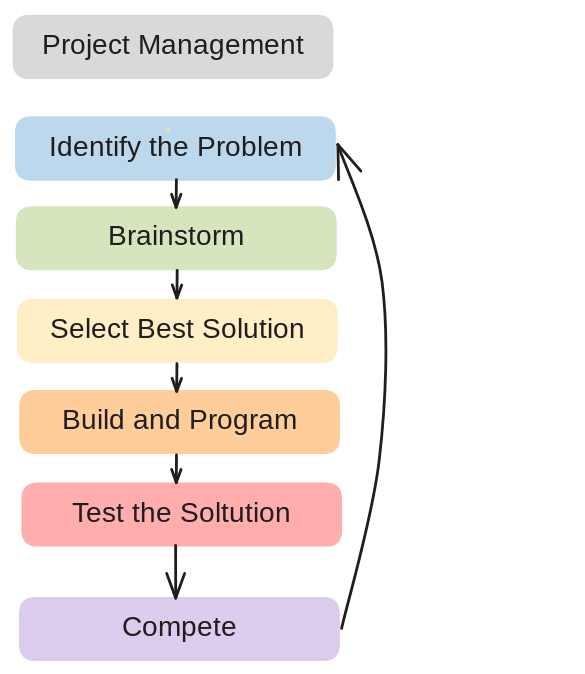
Above: entries/2025/7/8/designprocess.excalidraw.svg in darkMatter781x/781X_NB (Excalidraw), before the change. Source tidied: one line per element, renumbered; positions are measured from the earlier drawing's top-left corner, leaving out a move shared by most shapes.
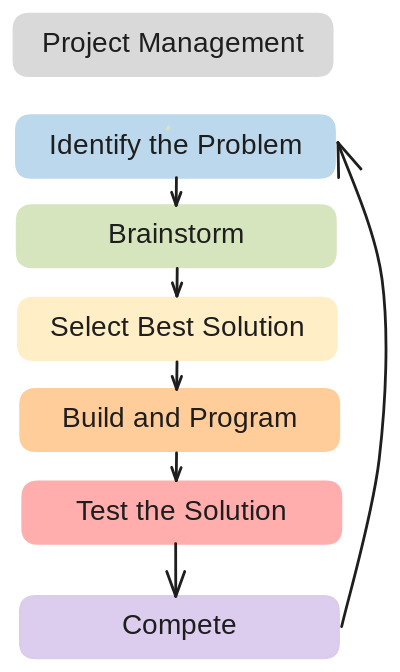
The same file after the commit.

Commit message:
fix: :bug: Fix design process diagram

What changed in the source:
```diff
@@ -8,7 +8,7 @@
 {"id": 7, "type": "rectangle", "strokeColor": "#ffcd9a", "backgroundColor": "#ffcd9a", "fillStyle": "solid", "strokeWidth": 2, "roughness": 0, "round": true, "x": 5, "y": 268, "width": 227, "height": 44}
 {"id": 8, "type": "text", "text": "Build and Program", "strokeColor": "#1e1e1e", "backgroundColor": "#d6e5bd", "fillStyle": "solid", "strokeWidth": 2, "roughness": 0, "fontSize": 20, "fontFamily": 5, "textAlign": "center", "verticalAlign": "middle", "inside": 7, "x": 31, "y": 278, "width": 175, "height": 25}
 {"id": 9, "type": "rectangle", "strokeColor": "#ffadad", "backgroundColor": "#ffadad", "fillStyle": "solid", "strokeWidth": 2, "roughness": 0, "round": true, "x": 6, "y": 334, "width": 227, "height": 44}
-{"id": 10, "type": "text", "text": "Test the Soltution", "strokeColor": "#1e1e1e", "backgroundColor": "#d6e5bd", "fillStyle": "solid", "strokeWidth": 2, "roughness": 0, "fontSize": 20, "fontFamily": 5, "textAlign": "center", "verticalAlign": "middle", "inside": 9, "x": 27, "y": 344, "width": 187, "height": 25}
+{"id": 10, "type": "text", "text": "Test the Solution", "strokeColor": "#1e1e1e", "backgroundColor": "#d6e5bd", "fillStyle": "solid", "strokeWidth": 2, "roughness": 0, "fontSize": 20, "fontFamily": 5, "textAlign": "center", "verticalAlign": "middle", "inside": 9, "x": 32, "y": 344, "width": 176, "height": 25}
 {"id": 11, "type": "rectangle", "strokeColor": "#dcccec", "backgroundColor": "#dccced", "fillStyle": "solid", "strokeWidth": 2, "roughness": 0, "round": true, "x": 5, "y": 416, "width": 227, "height": 44}
 {"id": 12, "type": "text", "text": "Compete", "strokeColor": "#1e1e1e", "backgroundColor": "#d6e5bd", "fillStyle": "solid", "strokeWidth": 2, "roughness": 0, "fontSize": 20, "fontFamily": 5, "textAlign": "center", "verticalAlign": "middle", "inside": 11, "x": 78, "y": 426, "width": 81, "height": 25}
 {"id": 13, "type": "rectangle", "strokeColor": "#d9d9d9", "backgroundColor": "#d9d9d9", "fillStyle": "solid", "strokeWidth": 2, "roughness": 0, "round": true, "x": 0, "y": 0, "width": 227, "height": 44}
```
